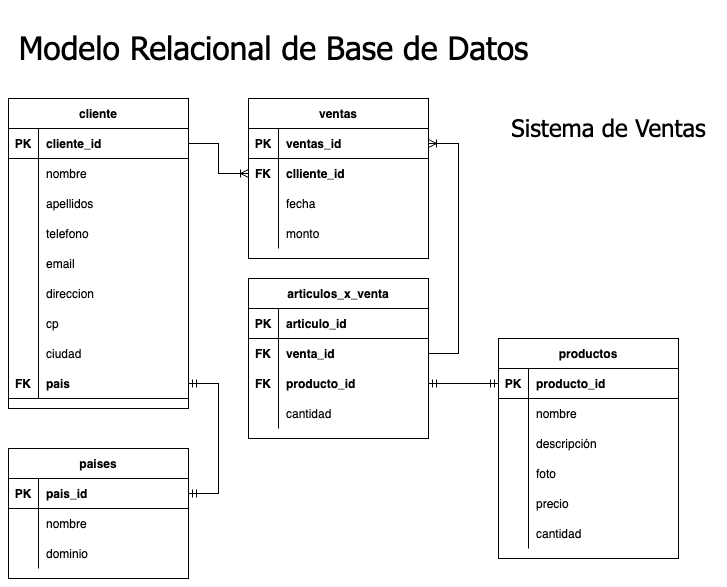
Above: bd/ModeloRelacionalBD.png in jonmircha/amerike-so-2022-2 (draw.io), before the change. Source tidied: cells renumbered, new cells last; positions are measured from the earlier drawing's top-left corner, leaving out a move shared by most shapes.
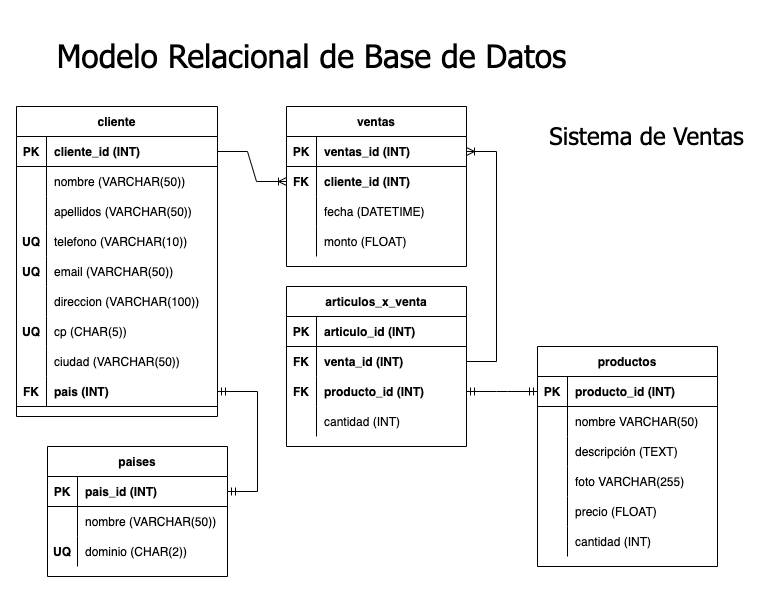
After the change.

Change to the diagram source:
```diff
@@ -5,6 +5,6 @@
     <mxCell id="2" value="cliente" style="shape=table;startSize=30;rowLines=0;fontStyle=1;align=center;" parent="1" vertex="1">
-      <mxGeometry y="90" width="180" height="310" as="geometry" />
+      <mxGeometry x="-30" y="90" width="201" height="310" as="geometry" />
     </mxCell>
     <mxCell id="3" style="shape=tableRow;horizontal=0;startSize=0;swimlaneHead=0;swimlaneBody=0;fillColor=none;points=[[0,0.5],[1,0.5]];portConstraint=eastwest;top=0;left=0;right=0;bottom=1;" parent="2" vertex="1">
-      <mxGeometry y="30" width="180" height="30" as="geometry" />
+      <mxGeometry y="30" width="201" height="30" as="geometry" />
     </mxCell>
@@ -13,7 +13,7 @@
     </mxCell>
-    <mxCell id="5" value="cliente_id" style="shape=partialRectangle;fillColor=none;top=0;left=0;bottom=0;right=0;align=left;spacingLeft=6;fontStyle=1;overflow=hidden;" parent="3" vertex="1">
-      <mxGeometry x="30" width="150" height="30" as="geometry" />
+    <mxCell id="5" value="cliente_id (INT)" style="shape=partialRectangle;fillColor=none;top=0;left=0;bottom=0;right=0;align=left;spacingLeft=6;fontStyle=1;overflow=hidden;" parent="3" vertex="1">
+      <mxGeometry x="30" width="171" height="30" as="geometry" />
     </mxCell>
     <mxCell id="6" style="shape=tableRow;horizontal=0;startSize=0;swimlaneHead=0;swimlaneBody=0;fillColor=none;top=0;left=0;right=0;bottom=0;" parent="2" vertex="1">
-      <mxGeometry y="60" width="180" height="30" as="geometry" />
+      <mxGeometry y="60" width="201" height="30" as="geometry" />
     </mxCell>
@@ -22,7 +22,7 @@
     </mxCell>
-    <mxCell id="8" value="nombre" style="shape=partialRectangle;fillColor=none;top=0;left=0;bottom=0;right=0;align=left;spacingLeft=6;overflow=hidden;" parent="6" vertex="1">
-      <mxGeometry x="30" width="150" height="30" as="geometry" />
+    <mxCell id="8" value="nombre (VARCHAR(50))" style="shape=partialRectangle;fillColor=none;top=0;left=0;bottom=0;right=0;align=left;spacingLeft=6;overflow=hidden;" parent="6" vertex="1">
+      <mxGeometry x="30" width="171" height="30" as="geometry" />
     </mxCell>
     <mxCell id="9" style="shape=tableRow;horizontal=0;startSize=0;swimlaneHead=0;swimlaneBody=0;fillColor=none;top=0;left=0;right=0;bottom=0;" parent="2" vertex="1">
-      <mxGeometry y="90" width="180" height="30" as="geometry" />
+      <mxGeometry y="90" width="201" height="30" as="geometry" />
     </mxCell>
@@ -31,25 +31,25 @@
     </mxCell>
-    <mxCell id="11" value="apellidos" style="shape=partialRectangle;fillColor=none;top=0;left=0;bottom=0;right=0;align=left;spacingLeft=6;overflow=hidden;" parent="9" vertex="1">
-      <mxGeometry x="30" width="150" height="30" as="geometry" />
+    <mxCell id="11" value="apellidos (VARCHAR(50))" style="shape=partialRectangle;fillColor=none;top=0;left=0;bottom=0;right=0;align=left;spacingLeft=6;overflow=hidden;" parent="9" vertex="1">
+      <mxGeometry x="30" width="171" height="30" as="geometry" />
     </mxCell>
     <mxCell id="12" style="shape=tableRow;horizontal=0;startSize=0;swimlaneHead=0;swimlaneBody=0;fillColor=none;top=0;left=0;right=0;bottom=0;" parent="2" vertex="1">
-      <mxGeometry y="120" width="180" height="30" as="geometry" />
+      <mxGeometry y="120" width="201" height="30" as="geometry" />
     </mxCell>
-    <mxCell id="13" style="shape=partialRectangle;fillColor=none;top=0;left=0;bottom=0;right=0;overflow=hidden;" parent="12" vertex="1">
+    <mxCell id="13" value="UQ" style="shape=partialRectangle;fillColor=none;top=0;left=0;bottom=0;right=0;overflow=hidden;fontStyle=1;" parent="12" vertex="1">
       <mxGeometry width="30" height="30" as="geometry" />
     </mxCell>
-    <mxCell id="14" value="telefono" style="shape=partialRectangle;fillColor=none;top=0;left=0;bottom=0;right=0;align=left;spacingLeft=6;overflow=hidden;" parent="12" vertex="1">
-      <mxGeometry x="30" width="150" height="30" as="geometry" />
+    <mxCell id="14" value="telefono (VARCHAR(10))" style="shape=partialRectangle;fillColor=none;top=0;left=0;bottom=0;right=0;align=left;spacingLeft=6;overflow=hidden;" parent="12" vertex="1">
+      <mxGeometry x="30" width="171" height="30" as="geometry" />
     </mxCell>
     <mxCell id="15" style="shape=tableRow;horizontal=0;startSize=0;swimlaneHead=0;swimlaneBody=0;fillColor=none;top=0;left=0;right=0;bottom=0;" parent="2" vertex="1">
-      <mxGeometry y="150" width="180" height="30" as="geometry" />
+      <mxGeometry y="150" width="201" height="30" as="geometry" />
     </mxCell>
-    <mxCell id="16" style="shape=partialRectangle;fillColor=none;top=0;left=0;bottom=0;right=0;overflow=hidden;" parent="15" vertex="1">
+    <mxCell id="16" value="UQ" style="shape=partialRectangle;fillColor=none;top=0;left=0;bottom=0;right=0;overflow=hidden;fontStyle=1;" parent="15" vertex="1">
       <mxGeometry width="30" height="30" as="geometry" />
     </mxCell>
-    <mxCell id="17" value="email" style="shape=partialRectangle;fillColor=none;top=0;left=0;bottom=0;right=0;align=left;spacingLeft=6;overflow=hidden;" parent="15" vertex="1">
-      <mxGeometry x="30" width="150" height="30" as="geometry" />
+    <mxCell id="17" value="email (VARCHAR(50))" style="shape=partialRectangle;fillColor=none;top=0;left=0;bottom=0;right=0;align=left;spacingLeft=6;overflow=hidden;" parent="15" vertex="1">
+      <mxGeometry x="30" width="171" height="30" as="geometry" />
     </mxCell>
     <mxCell id="18" style="shape=tableRow;horizontal=0;startSize=0;swimlaneHead=0;swimlaneBody=0;fillColor=none;top=0;left=0;right=0;bottom=0;" parent="2" vertex="1">
-      <mxGeometry y="180" width="180" height="30" as="geometry" />
+      <mxGeometry y="180" width="201" height="30" as="geometry" />
     </mxCell>
@@ -58,16 +58,16 @@
     </mxCell>
-    <mxCell id="20" value="direccion" style="shape=partialRectangle;fillColor=none;top=0;left=0;bottom=0;right=0;align=left;spacingLeft=6;overflow=hidden;" parent="18" vertex="1">
-      <mxGeometry x="30" width="150" height="30" as="geometry" />
+    <mxCell id="20" value="direccion (VARCHAR(100))" style="shape=partialRectangle;fillColor=none;top=0;left=0;bottom=0;right=0;align=left;spacingLeft=6;overflow=hidden;" parent="18" vertex="1">
+      <mxGeometry x="30" width="171" height="30" as="geometry" />
     </mxCell>
     <mxCell id="21" style="shape=tableRow;horizontal=0;startSize=0;swimlaneHead=0;swimlaneBody=0;fillColor=none;top=0;left=0;right=0;bottom=0;" parent="2" vertex="1">
-      <mxGeometry y="210" width="180" height="30" as="geometry" />
+      <mxGeometry y="210" width="201" height="30" as="geometry" />
     </mxCell>
-    <mxCell id="22" style="shape=partialRectangle;fillColor=none;top=0;left=0;bottom=0;right=0;overflow=hidden;" parent="21" vertex="1">
+    <mxCell id="22" value="UQ" style="shape=partialRectangle;fillColor=none;top=0;left=0;bottom=0;right=0;overflow=hidden;fontStyle=1;" parent="21" vertex="1">
       <mxGeometry width="30" height="30" as="geometry" />
     </mxCell>
-    <mxCell id="23" value="cp" style="shape=partialRectangle;fillColor=none;top=0;left=0;bottom=0;right=0;align=left;spacingLeft=6;overflow=hidden;" parent="21" vertex="1">
-      <mxGeometry x="30" width="150" height="30" as="geometry" />
+    <mxCell id="23" value="cp (CHAR(5))" style="shape=partialRectangle;fillColor=none;top=0;left=0;bottom=0;right=0;align=left;spacingLeft=6;overflow=hidden;" parent="21" vertex="1">
+      <mxGeometry x="30" width="171" height="30" as="geometry" />
     </mxCell>
     <mxCell id="24" style="shape=tableRow;horizontal=0;startSize=0;swimlaneHead=0;swimlaneBody=0;fillColor=none;top=0;left=0;right=0;bottom=0;" parent="2" vertex="1">
-      <mxGeometry y="240" width="180" height="30" as="geometry" />
+      <mxGeometry y="240" width="201" height="30" as="geometry" />
     </mxCell>
@@ -76,7 +76,7 @@
     </mxCell>
-    <mxCell id="26" value="ciudad" style="shape=partialRectangle;fillColor=none;top=0;left=0;bottom=0;right=0;align=left;spacingLeft=6;overflow=hidden;" parent="24" vertex="1">
-      <mxGeometry x="30" width="150" height="30" as="geometry" />
+    <mxCell id="26" value="ciudad (VARCHAR(50))" style="shape=partialRectangle;fillColor=none;top=0;left=0;bottom=0;right=0;align=left;spacingLeft=6;overflow=hidden;" parent="24" vertex="1">
+      <mxGeometry x="30" width="171" height="30" as="geometry" />
     </mxCell>
     <mxCell id="27" style="shape=tableRow;horizontal=0;startSize=0;swimlaneHead=0;swimlaneBody=0;fillColor=none;points=[[0,0.5],[1,0.5]];portConstraint=eastwest;top=0;left=0;right=0;bottom=1;" parent="2" vertex="1">
-      <mxGeometry y="270" width="180" height="30" as="geometry" />
+      <mxGeometry y="270" width="201" height="30" as="geometry" />
     </mxCell>
@@ -85,7 +85,7 @@
     </mxCell>
-    <mxCell id="29" value="pais" style="shape=partialRectangle;fillColor=none;top=0;left=0;bottom=0;right=0;align=left;spacingLeft=6;fontStyle=1;overflow=hidden;" parent="27" vertex="1">
-      <mxGeometry x="30" width="150" height="30" as="geometry" />
+    <mxCell id="29" value="pais (INT)" style="shape=partialRectangle;fillColor=none;top=0;left=0;bottom=0;right=0;align=left;spacingLeft=6;fontStyle=1;overflow=hidden;" parent="27" vertex="1">
+      <mxGeometry x="30" width="171" height="30" as="geometry" />
     </mxCell>
     <mxCell id="30" value="productos" style="shape=table;startSize=30;rowLines=0;fontStyle=1;align=center;" parent="1" vertex="1">
-      <mxGeometry x="490" y="330" width="180" height="220" as="geometry" />
+      <mxGeometry x="491" y="330" width="180" height="220" as="geometry" />
     </mxCell>
@@ -97,3 +97,3 @@
     </mxCell>
-    <mxCell id="33" value="producto_id" style="shape=partialRectangle;fillColor=none;top=0;left=0;bottom=0;right=0;align=left;spacingLeft=6;fontStyle=1;overflow=hidden;" parent="31" vertex="1">
+    <mxCell id="33" value="producto_id (INT)" style="shape=partialRectangle;fillColor=none;top=0;left=0;bottom=0;right=0;align=left;spacingLeft=6;fontStyle=1;overflow=hidden;" parent="31" vertex="1">
       <mxGeometry x="30" width="150" height="30" as="geometry" />
@@ -106,3 +106,3 @@
     </mxCell>
-    <mxCell id="36" value="nombre" style="shape=partialRectangle;fillColor=none;top=0;left=0;bottom=0;right=0;align=left;spacingLeft=6;overflow=hidden;" parent="34" vertex="1">
+    <mxCell id="36" value="nombre VARCHAR(50)" style="shape=partialRectangle;fillColor=none;top=0;left=0;bottom=0;right=0;align=left;spacingLeft=6;overflow=hidden;" parent="34" vertex="1">
       <mxGeometry x="30" width="150" height="30" as="geometry" />
@@ -115,3 +115,3 @@
     </mxCell>
-    <mxCell id="39" value="descripción" style="shape=partialRectangle;fillColor=none;top=0;left=0;bottom=0;right=0;align=left;spacingLeft=6;overflow=hidden;" parent="37" vertex="1">
+    <mxCell id="39" value="descripción (TEXT)" style="shape=partialRectangle;fillColor=none;top=0;left=0;bottom=0;right=0;align=left;spacingLeft=6;overflow=hidden;" parent="37" vertex="1">
       <mxGeometry x="30" width="150" height="30" as="geometry" />
@@ -124,3 +124,3 @@
     </mxCell>
-    <mxCell id="42" value="foto" style="shape=partialRectangle;fillColor=none;top=0;left=0;bottom=0;right=0;align=left;spacingLeft=6;overflow=hidden;" parent="40" vertex="1">
+    <mxCell id="42" value="foto VARCHAR(255)" style="shape=partialRectangle;fillColor=none;top=0;left=0;bottom=0;right=0;align=left;spacingLeft=6;overflow=hidden;" parent="40" vertex="1">
       <mxGeometry x="30" width="150" height="30" as="geometry" />
@@ -133,3 +133,3 @@
     </mxCell>
-    <mxCell id="45" value="precio" style="shape=partialRectangle;fillColor=none;top=0;left=0;bottom=0;right=0;align=left;spacingLeft=6;overflow=hidden;" parent="43" vertex="1">
+    <mxCell id="45" value="precio (FLOAT)" style="shape=partialRectangle;fillColor=none;top=0;left=0;bottom=0;right=0;align=left;spacingLeft=6;overflow=hidden;" parent="43" vertex="1">
       <mxGeometry x="30" width="150" height="30" as="geometry" />
@@ -142,3 +142,3 @@
     </mxCell>
-    <mxCell id="48" value="cantidad" style="shape=partialRectangle;fillColor=none;top=0;left=0;bottom=0;right=0;align=left;spacingLeft=6;overflow=hidden;" parent="46" vertex="1">
+    <mxCell id="48" value="cantidad (INT)" style="shape=partialRectangle;fillColor=none;top=0;left=0;bottom=0;right=0;align=left;spacingLeft=6;overflow=hidden;" parent="46" vertex="1">
       <mxGeometry x="30" width="150" height="30" as="geometry" />
@@ -154,3 +154,3 @@
     </mxCell>
-    <mxCell id="52" value="ventas_id" style="shape=partialRectangle;fillColor=none;top=0;left=0;bottom=0;right=0;align=left;spacingLeft=6;fontStyle=1;overflow=hidden;" parent="50" vertex="1">
+    <mxCell id="52" value="ventas_id (INT)" style="shape=partialRectangle;fillColor=none;top=0;left=0;bottom=0;right=0;align=left;spacingLeft=6;fontStyle=1;overflow=hidden;" parent="50" vertex="1">
       <mxGeometry x="30" width="150" height="30" as="geometry" />
@@ -163,3 +163,3 @@
     </mxCell>
-    <mxCell id="55" value="clliente_id" style="shape=partialRectangle;fillColor=none;top=0;left=0;bottom=0;right=0;align=left;spacingLeft=6;overflow=hidden;fontStyle=1;" parent="53" vertex="1">
+    <mxCell id="55" value="cliente_id (INT)" style="shape=partialRectangle;fillColor=none;top=0;left=0;bottom=0;right=0;align=left;spacingLeft=6;overflow=hidden;fontStyle=1;" parent="53" vertex="1">
       <mxGeometry x="30" width="150" height="30" as="geometry" />
@@ -172,3 +172,3 @@
     </mxCell>
-    <mxCell id="58" value="fecha" style="shape=partialRectangle;fillColor=none;top=0;left=0;bottom=0;right=0;align=left;spacingLeft=6;overflow=hidden;" parent="56" vertex="1">
+    <mxCell id="58" value="fecha (DATETIME)" style="shape=partialRectangle;fillColor=none;top=0;left=0;bottom=0;right=0;align=left;spacingLeft=6;overflow=hidden;" parent="56" vertex="1">
       <mxGeometry x="30" width="150" height="30" as="geometry" />
@@ -181,3 +181,3 @@
     </mxCell>
-    <mxCell id="61" value="monto" style="shape=partialRectangle;fillColor=none;top=0;left=0;bottom=0;right=0;align=left;spacingLeft=6;overflow=hidden;" parent="59" vertex="1">
+    <mxCell id="61" value="monto (FLOAT)" style="shape=partialRectangle;fillColor=none;top=0;left=0;bottom=0;right=0;align=left;spacingLeft=6;overflow=hidden;" parent="59" vertex="1">
       <mxGeometry x="30" width="150" height="30" as="geometry" />
@@ -196,3 +196,3 @@
     </mxCell>
-    <mxCell id="66" value="articulo_id" style="shape=partialRectangle;fillColor=none;top=0;left=0;bottom=0;right=0;align=left;spacingLeft=6;fontStyle=1;overflow=hidden;" parent="64" vertex="1">
+    <mxCell id="66" value="articulo_id (INT)" style="shape=partialRectangle;fillColor=none;top=0;left=0;bottom=0;right=0;align=left;spacingLeft=6;fontStyle=1;overflow=hidden;" parent="64" vertex="1">
       <mxGeometry x="30" width="150" height="30" as="geometry" />
@@ -205,3 +205,3 @@
     </mxCell>
-    <mxCell id="69" value="venta_id" style="shape=partialRectangle;fillColor=none;top=0;left=0;bottom=0;right=0;align=left;spacingLeft=6;overflow=hidden;fontStyle=1;" parent="67" vertex="1">
+    <mxCell id="69" value="venta_id (INT)" style="shape=partialRectangle;fillColor=none;top=0;left=0;bottom=0;right=0;align=left;spacingLeft=6;overflow=hidden;fontStyle=1;" parent="67" vertex="1">
       <mxGeometry x="30" width="150" height="30" as="geometry" />
@@ -214,3 +214,3 @@
     </mxCell>
-    <mxCell id="72" value="producto_id" style="shape=partialRectangle;fillColor=none;top=0;left=0;bottom=0;right=0;align=left;spacingLeft=6;overflow=hidden;fontStyle=1;" parent="70" vertex="1">
+    <mxCell id="72" value="producto_id (INT)" style="shape=partialRectangle;fillColor=none;top=0;left=0;bottom=0;right=0;align=left;spacingLeft=6;overflow=hidden;fontStyle=1;" parent="70" vertex="1">
       <mxGeometry x="30" width="150" height="30" as="geometry" />
@@ -223,3 +223,3 @@
     </mxCell>
-    <mxCell id="75" value="cantidad" style="shape=partialRectangle;fillColor=none;top=0;left=0;bottom=0;right=0;align=left;spacingLeft=6;overflow=hidden;" parent="73" vertex="1">
+    <mxCell id="75" value="cantidad (INT)" style="shape=partialRectangle;fillColor=none;top=0;left=0;bottom=0;right=0;align=left;spacingLeft=6;overflow=hidden;" parent="73" vertex="1">
       <mxGeometry x="30" width="150" height="30" as="geometry" />
@@ -233,3 +233,3 @@
     <mxCell id="78" value="paises" style="shape=table;startSize=30;rowLines=0;fontStyle=1;align=center;" parent="1" vertex="1">
-      <mxGeometry y="440" width="180" height="130" as="geometry" />
+      <mxGeometry x="1" y="430" width="180" height="130" as="geometry" />
     </mxCell>
@@ -241,3 +241,3 @@
     </mxCell>
-    <mxCell id="81" value="pais_id" style="shape=partialRectangle;fillColor=none;top=0;left=0;bottom=0;right=0;align=left;spacingLeft=6;fontStyle=1;overflow=hidden;" parent="79" vertex="1">
+    <mxCell id="81" value="pais_id (INT)" style="shape=partialRectangle;fillColor=none;top=0;left=0;bottom=0;right=0;align=left;spacingLeft=6;fontStyle=1;overflow=hidden;" parent="79" vertex="1">
       <mxGeometry x="30" width="150" height="30" as="geometry" />
@@ -250,3 +250,3 @@
     </mxCell>
-    <mxCell id="84" value="nombre" style="shape=partialRectangle;fillColor=none;top=0;left=0;bottom=0;right=0;align=left;spacingLeft=6;overflow=hidden;" parent="82" vertex="1">
+    <mxCell id="84" value="nombre (VARCHAR(50))" style="shape=partialRectangle;fillColor=none;top=0;left=0;bottom=0;right=0;align=left;spacingLeft=6;overflow=hidden;" parent="82" vertex="1">
       <mxGeometry x="30" width="150" height="30" as="geometry" />
@@ -256,6 +256,6 @@
     </mxCell>
-    <mxCell id="86" style="shape=partialRectangle;fillColor=none;top=0;left=0;bottom=0;right=0;overflow=hidden;" parent="85" vertex="1">
+    <mxCell id="86" value="UQ" style="shape=partialRectangle;fillColor=none;top=0;left=0;bottom=0;right=0;overflow=hidden;fontStyle=1;" parent="85" vertex="1">
       <mxGeometry width="30" height="30" as="geometry" />
     </mxCell>
-    <mxCell id="87" value="dominio" style="shape=partialRectangle;fillColor=none;top=0;left=0;bottom=0;right=0;align=left;spacingLeft=6;overflow=hidden;" parent="85" vertex="1">
+    <mxCell id="87" value="dominio (CHAR(2))" style="shape=partialRectangle;fillColor=none;top=0;left=0;bottom=0;right=0;align=left;spacingLeft=6;overflow=hidden;" parent="85" vertex="1">
       <mxGeometry x="30" width="150" height="30" as="geometry" />
```
